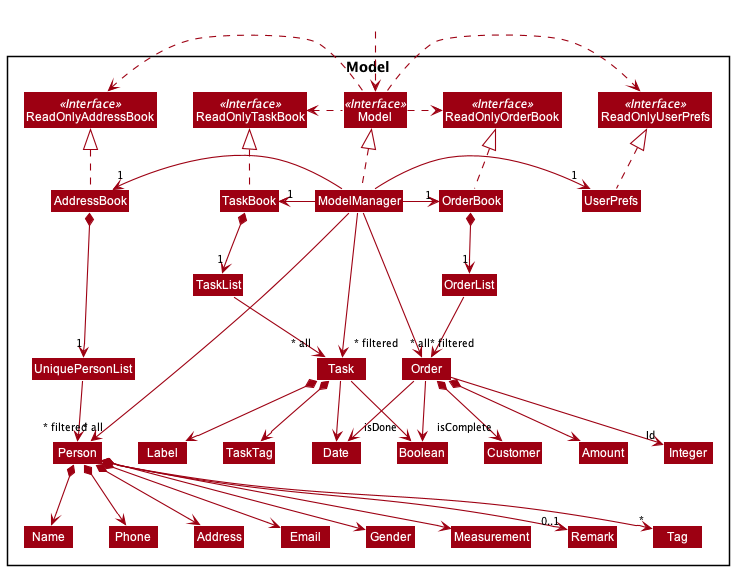
The PlantUML diagram docs/images/ModelClassDiagram.png in nus-cs2103-AY2122S1/tp, before a commit.
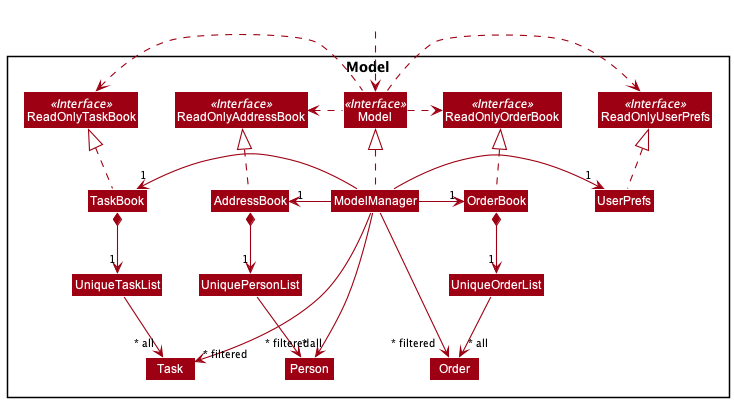
After the commit.

Commit message:
Add model class diagram

What changed in the source:
```diff
@@ -25,25 +25,10 @@
 
 Class UniquePersonList
 Class Person
-Class Address
-Class Email
-Class Name
-Class Gender
-Class Measurement
-Class Remark
-Class Phone
-Class Tag
-Class TaskList
+Class UniqueTaskList
 Class Task
-Class Label
-Class Boolean
-Class Integer
-Class Date
-Class TaskTag
-Class OrderList
+Class UniqueOrderList
 Class Order
-Class Amount
-Class Customer
 }
 
 Class HiddenOutside #FFFFFF
@@ -59,7 +44,6 @@
 Model .left.> ReadOnlyTaskBook
 Model .right.> ReadOnlyOrderBook
 
-
 ModelManager -left-> "1" AddressBook
 ModelManager -right-> "1" UserPrefs
 ModelManager -left-> "1" TaskBook
@@ -68,43 +52,16 @@
 
 AddressBook *--> "1" UniquePersonList
 UniquePersonList --> "~* all" Person
-Person *--> Name
-Person *--> Phone
-Person *--> Email
-Person *--> Address
-Person *--> Measurement
-Person *--> Gender
-Person *--> "0..1"Remark
-Person *--> "*" Tag
 
-Name -[hidden]right-> Phone
-Phone -[hidden]right-> Address
-Address -[hidden]right-> Email
+TaskBook *--> "1" UniqueTaskList
+UniqueTaskList --> "~* all" Task
 
-TaskBook *--> "1" TaskList
-TaskList --> "~* all" Task
-Task *--> Label
-Task *--> TaskTag
-Task --> Date
-Task --> "isDone" Boolean
-
-OrderBook *--> "1" OrderList
-OrderList --> "~* all" Order
-Order *--> Amount
-Order *--> Customer
-Order --> Date
-Order --> "isComplete" Boolean
-Order --> "Id" Integer
-
-Customer -[hidden]right-> Amount
-Amount -[hidden]right-> Date
-Date -[hidden]right-> Boolean
+OrderBook *--> "1" UniqueOrderList
+UniqueOrderList --> "~* all" Order
 
 ModelManager -->"~* filtered" Person
 ModelManager -->"~* filtered" Task
 ModelManager -->"~* filtered" Order
 
-Person -[hidden]up-> Order
-Task -[hidden]right-> Order
 
 @enduml
```
